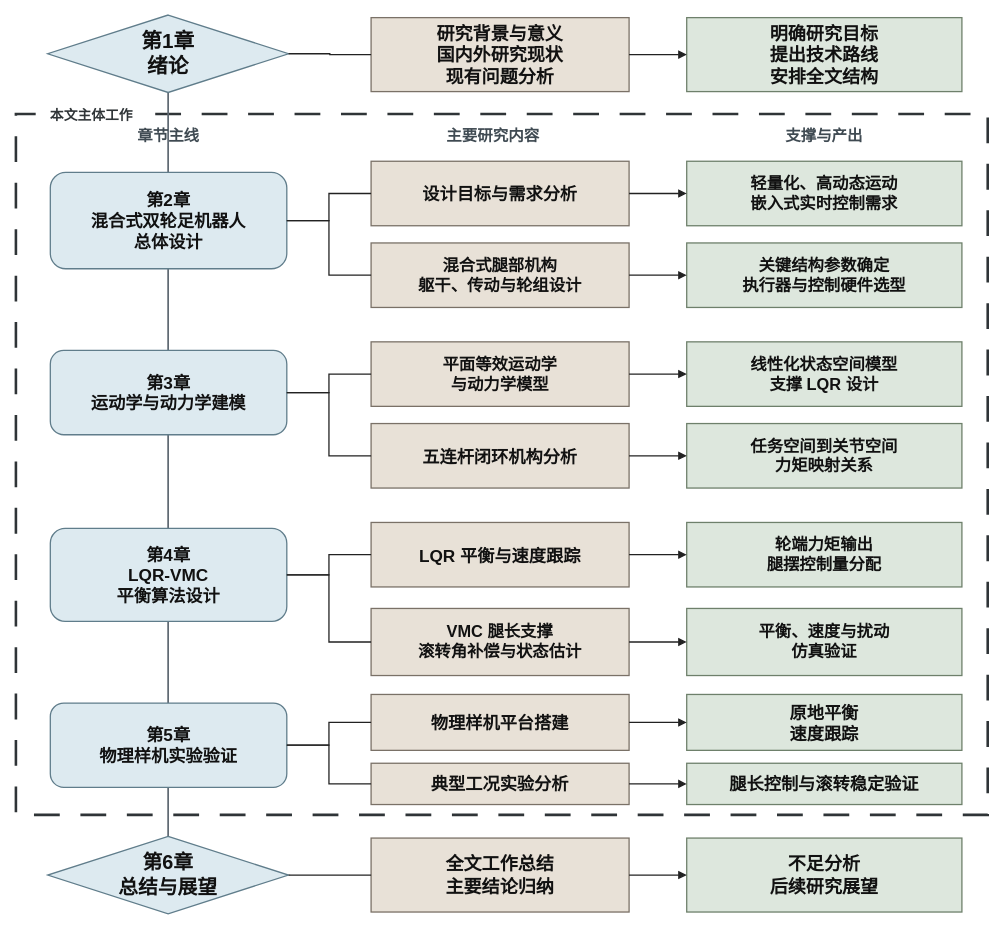
konichan-7/TongjiThesis keeps this draw.io diagram as drawio/ch01_research_architecture.drawio. Above is the earlier version. Source tidied: cells renumbered, new cells numbered last; positions are measured from the earlier drawing's top-left corner, leaving out a move shared by most shapes. Both pictures are drawn from the tidied source at 86%, with x=0, y=0 at pixel (15, 15).
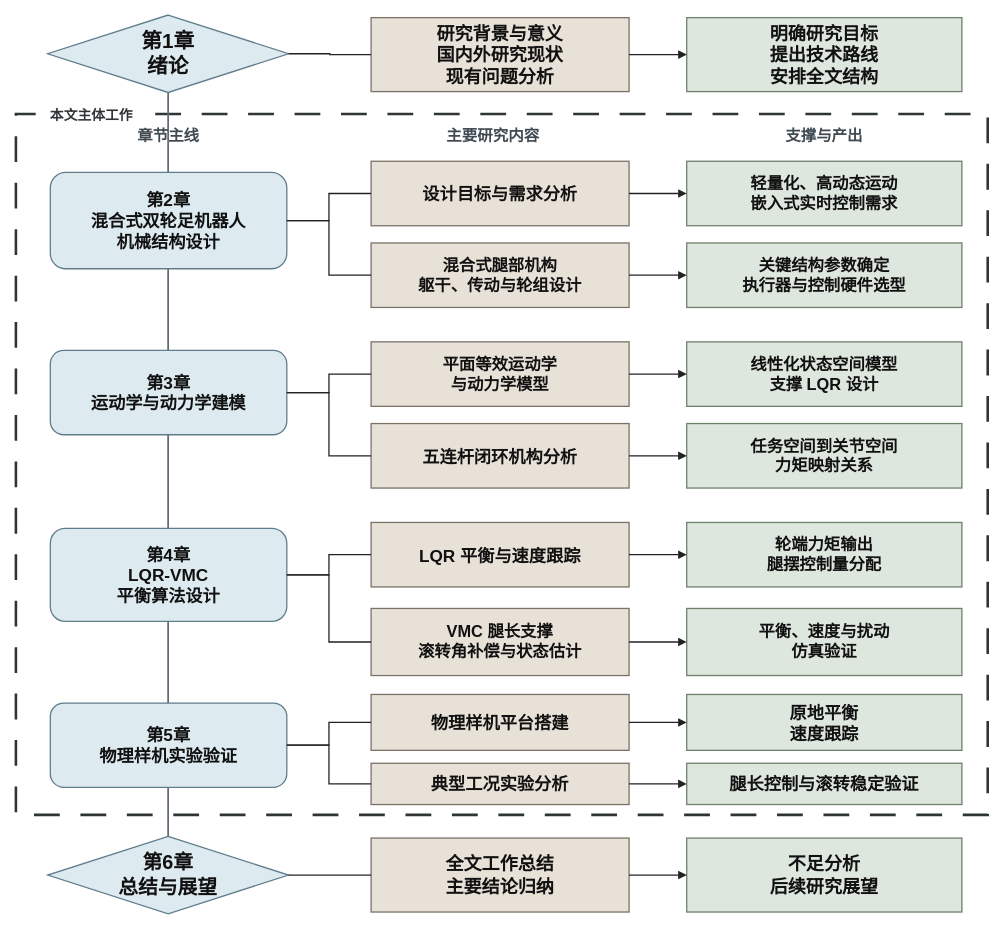
The same diagram, later.

Commit message (it also covers changes not shown here):
Add findings, progress, and task plan documents; update research architecture image

Change to the diagram source:
```diff
@@
-    <mxCell id="12" value="第2章&lt;br&gt;混合式双轮足机器人&lt;br&gt;总体设计" style="rounded=1;whiteSpace=wrap;html=1;arcSize=16;strokeColor=#607D8B;fillColor=#DDEAF0;strokeWidth=1.5;fontFamily=SimSun;fontSize=20;fontStyle=1;fontColor=#111111;spacing=8;" parent="1" vertex="1">
+    <mxCell id="12" value="第2章&lt;br&gt;混合式双轮足机器人&lt;br&gt;机械结构设计" style="rounded=1;whiteSpace=wrap;html=1;arcSize=16;strokeColor=#607D8B;fillColor=#DDEAF0;strokeWidth=1.5;fontFamily=SimSun;fontSize=20;fontStyle=1;fontColor=#111111;spacing=8;" parent="1" vertex="1">
       <mxGeometry x="40" y="183" width="275" height="112" as="geometry" />
     </mxCell>
```
